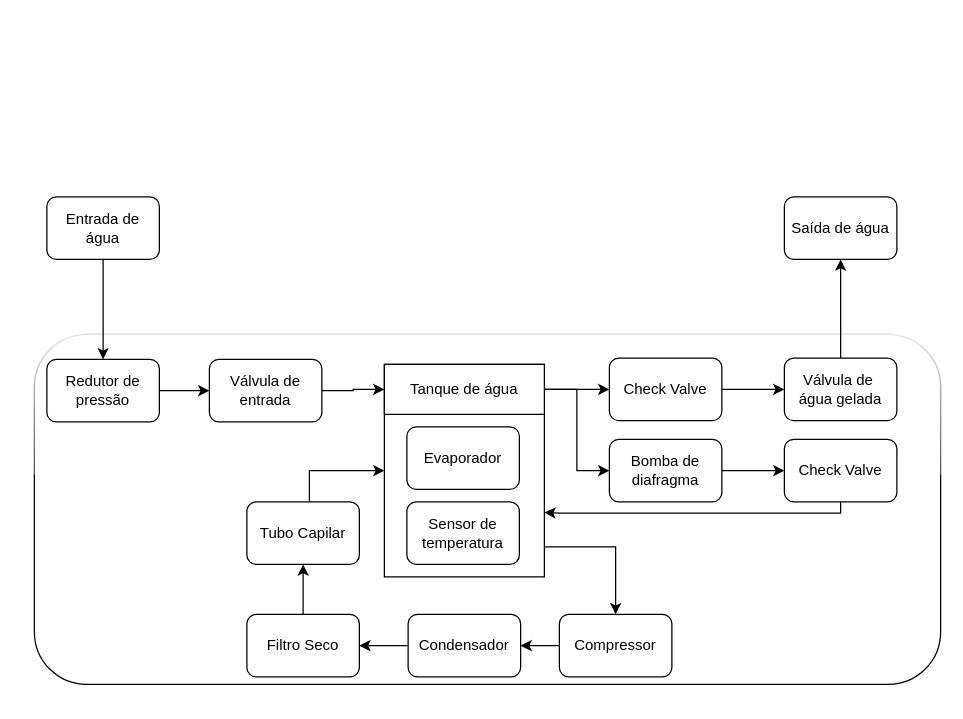
GABRIELLUIZMARTINS/DrawIO keeps this draw.io diagram as Fluxogramas/Ciclo_refrigeracao.drawio. Above is the earlier version. Source tidied: cells renumbered, new cells numbered last; positions are measured from the earlier drawing's top-left corner, leaving out a move shared by most shapes. Both pictures are drawn from the tidied source at 125%, with x=0, y=0 at pixel (34, 196).
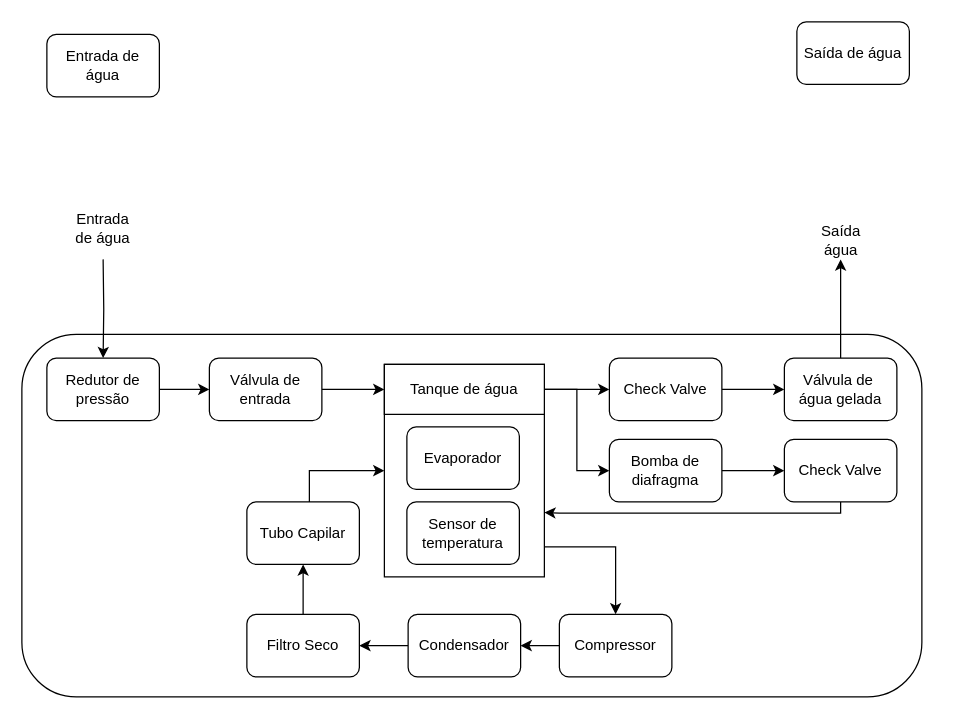
After the change.

The change refers to these unchanged cells:
```xml
<mxCell id="28" value="Válvula de&amp;nbsp; água gelada" style="rounded=1;whiteSpace=wrap;html=1;" parent="1" vertex="1">
  <mxGeometry x="600" y="129" width="90" height="50" as="geometry" />
</mxCell>
```

What changed in the source:
```diff
@@
-    <mxCell id="2" style="rounded=1;whiteSpace=wrap;html=1;glass=1;" parent="1" vertex="1">
-      <mxGeometry y="110" width="725" height="280" as="geometry" />
+    <mxCell id="2" style="rounded=1;whiteSpace=wrap;html=1;glass=0;" parent="1" vertex="1">
+      <mxGeometry x="-10" y="110" width="720" height="290" as="geometry" />
     </mxCell>
-    <mxCell id="3" style="edgeStyle=orthogonalEdgeStyle;rounded=0;jettySize=auto;html=1;" parent="1" edge="1" source="4" target="21">
-      <mxGeometry relative="1" as="geometry" />
+    <mxCell id="3" style="edgeStyle=orthogonalEdgeStyle;rounded=0;jettySize=auto;html=1;" parent="1" edge="1" target="21">
+      <mxGeometry relative="1" as="geometry">
+        <mxPoint x="55" y="50" as="sourcePoint" />
+      </mxGeometry>
     </mxCell>
-    <mxCell id="4" value="Entrada de água" style="rounded=1;whiteSpace=wrap;html=1;fillStyle=auto;strokeColor=#000000;" parent="1" vertex="1">
-      <mxGeometry x="10" width="90" height="50" as="geometry" />
-    </mxCell>
@@
     <mxCell id="21" value="Redutor de pressão" style="rounded=1;whiteSpace=wrap;html=1;" parent="1" vertex="1">
-      <mxGeometry x="10" y="130" width="90" height="50" as="geometry" />
+      <mxGeometry x="10" y="129" width="90" height="50" as="geometry" />
     </mxCell>
@@
     <mxCell id="23" value="Válvula de entrada" style="rounded=1;whiteSpace=wrap;html=1;" parent="1" vertex="1">
-      <mxGeometry x="140" y="130" width="90" height="50" as="geometry" />
+      <mxGeometry x="140" y="129" width="90" height="50" as="geometry" />
     </mxCell>
@@
-    <mxCell id="27" style="edgeStyle=orthogonalEdgeStyle;rounded=0;jettySize=auto;html=1;" parent="1" edge="1" source="28" target="33">
-      <mxGeometry relative="1" as="geometry" />
+    <mxCell id="27" style="edgeStyle=orthogonalEdgeStyle;rounded=0;jettySize=auto;html=1;" parent="1" edge="1" source="28">
+      <mxGeometry relative="1" as="geometry">
+        <mxPoint x="645" y="50" as="targetPoint" />
+      </mxGeometry>
     </mxCell>
@@
+    <mxCell id="34" value="Entrada de água" style="text;html=1;align=center;verticalAlign=middle;whiteSpace=wrap;rounded=0;" parent="1" vertex="1">
+      <mxGeometry x="25" y="10" width="60" height="30" as="geometry" />
+    </mxCell>
+    <mxCell id="4" value="Entrada de água" style="rounded=1;whiteSpace=wrap;html=1;fillStyle=auto;strokeColor=#000000;" parent="1" vertex="1">
+      <mxGeometry x="10" y="-130" width="90" height="50" as="geometry" />
+    </mxCell>
     <mxCell id="33" value="Saída de água" style="rounded=1;whiteSpace=wrap;html=1;" parent="1" vertex="1">
-      <mxGeometry x="600" width="90" height="50" as="geometry" />
+      <mxGeometry x="610" y="-140" width="90" height="50" as="geometry" />
     </mxCell>
+    <mxCell id="35" value="&lt;div style=&quot;&quot;&gt;&lt;span style=&quot;text-wrap: wrap; background-color: initial;&quot;&gt;Saída água&lt;/span&gt;&lt;/div&gt;" style="text;html=1;align=center;verticalAlign=middle;strokeColor=none;fillColor=none;" parent="1" vertex="1">
+      <mxGeometry x="605" y="20" width="80" height="30" as="geometry" />
+    </mxCell>
```
